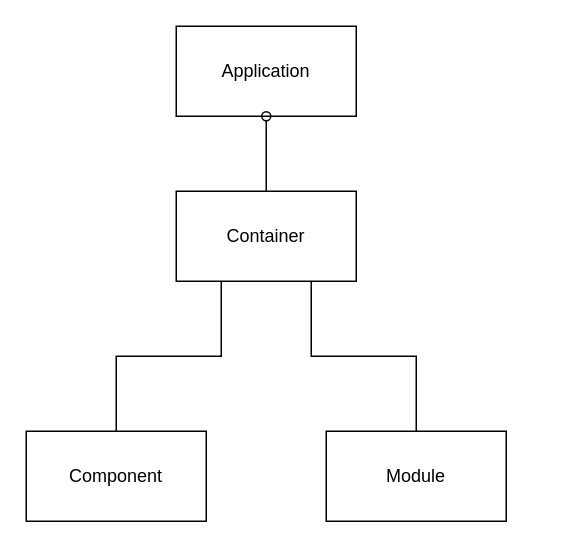
The draw.io diagram manual/overview.drawio in YTommy109/react_life, before the edit. Source tidied: cells renumbered, new cells numbered last; positions are measured from the earlier drawing's top-left corner, leaving out a move shared by most shapes. Both pictures are drawn from the tidied source at 150%, with x=0, y=0 at pixel (26, 26).
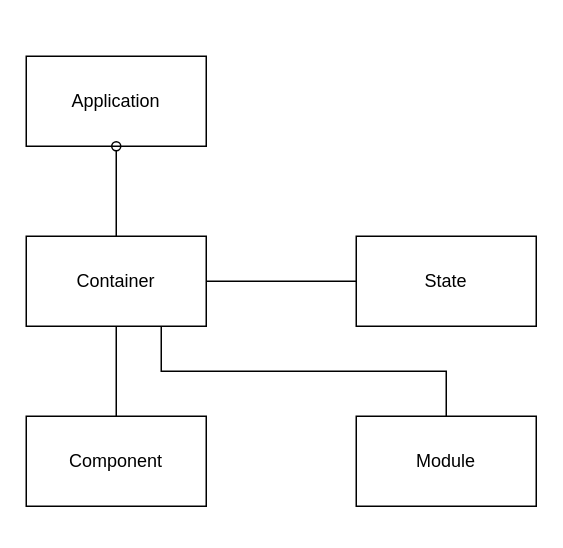
The same page after the edit.

Commit message:
doc: 図を調整した。

What changed in the source:
```diff
@@
 <mxGraphModel>
   <root>
     <mxCell id="0" />
     <mxCell id="1" parent="0" />
-    <mxCell id="2" style="edgeStyle=orthogonalEdgeStyle;rounded=0;jettySize=auto;html=1;exitX=0.5;exitY=0;exitDx=0;exitDy=0;entryX=0.25;entryY=1;entryDx=0;entryDy=0;endArrow=none;endFill=0;" parent="1" edge="1" source="3" target="6">
+    <mxCell id="2" style="edgeStyle=orthogonalEdgeStyle;rounded=0;jettySize=auto;html=1;exitX=0.5;exitY=0;exitDx=0;exitDy=0;endArrow=none;endFill=0;" parent="1" edge="1" source="3" target="6">
       <mxGeometry relative="1" as="geometry" />
     </mxCell>
     <mxCell id="3" value="Component" style="whiteSpace=wrap;html=1;" parent="1" vertex="1">
-      <mxGeometry y="270" width="120" height="60" as="geometry" />
+      <mxGeometry y="260" width="120" height="60" as="geometry" />
     </mxCell>
     <mxCell id="4" style="edgeStyle=orthogonalEdgeStyle;rounded=0;jettySize=auto;html=1;exitX=0.5;exitY=0;exitDx=0;exitDy=0;endArrow=none;endFill=0;entryX=0.75;entryY=1;entryDx=0;entryDy=0;" parent="1" edge="1" source="5" target="6">
       <mxGeometry relative="1" as="geometry" />
     </mxCell>
     <mxCell id="5" value="Module" style="whiteSpace=wrap;html=1;" parent="1" vertex="1">
-      <mxGeometry x="200" y="270" width="120" height="60" as="geometry" />
+      <mxGeometry x="220" y="260" width="120" height="60" as="geometry" />
     </mxCell>
     <mxCell id="6" value="Container" style="whiteSpace=wrap;html=1;" parent="1" vertex="1">
-      <mxGeometry x="100" y="110" width="120" height="60" as="geometry" />
+      <mxGeometry y="140" width="120" height="60" as="geometry" />
     </mxCell>
     <mxCell id="7" value="Application" style="whiteSpace=wrap;html=1;" parent="1" vertex="1">
-      <mxGeometry x="100" width="120" height="60" as="geometry" />
+      <mxGeometry y="20" width="120" height="60" as="geometry" />
     </mxCell>
     <mxCell id="8" style="edgeStyle=orthogonalEdgeStyle;rounded=0;jettySize=auto;html=1;exitX=0.5;exitY=1;exitDx=0;exitDy=0;entryX=0.5;entryY=0;entryDx=0;entryDy=0;endArrow=none;endFill=0;startArrow=oval;startFill=0;" parent="1" edge="1" source="7" target="6">
       <mxGeometry relative="1" as="geometry" />
     </mxCell>
+    <mxCell id="9" value="State" style="whiteSpace=wrap;html=1;" parent="1" vertex="1">
+      <mxGeometry x="220" y="140" width="120" height="60" as="geometry" />
+    </mxCell>
+    <mxCell id="10" style="edgeStyle=orthogonalEdgeStyle;rounded=0;jettySize=auto;html=1;exitX=0;exitY=0.5;exitDx=0;exitDy=0;endArrow=none;endFill=0;entryX=1;entryY=0.5;entryDx=0;entryDy=0;" parent="1" edge="1" source="9" target="6">
+      <mxGeometry relative="1" as="geometry" />
+    </mxCell>
   </root>
 </mxGraphModel>
```
